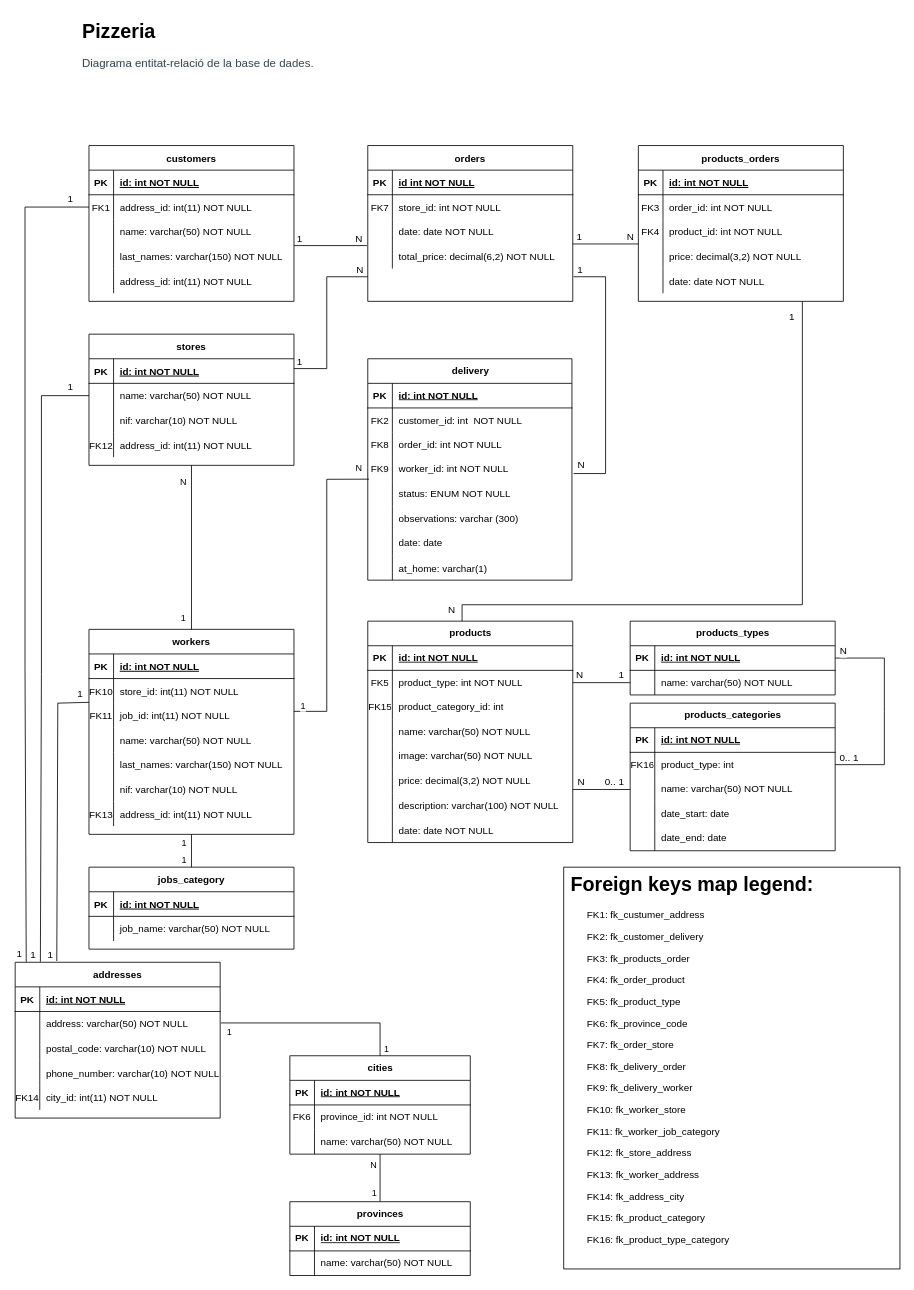
Earlier version of the draw.io diagram Pizzeria/pizzeria.drawio (alescu/mysql-estructura). Source tidied: cells renumbered, new cells numbered last; positions are measured from the earlier drawing's top-left corner, leaving out a move shared by most shapes. Both pictures are drawn from the tidied source at 82%, with x=0, y=0 at pixel (15, 14).
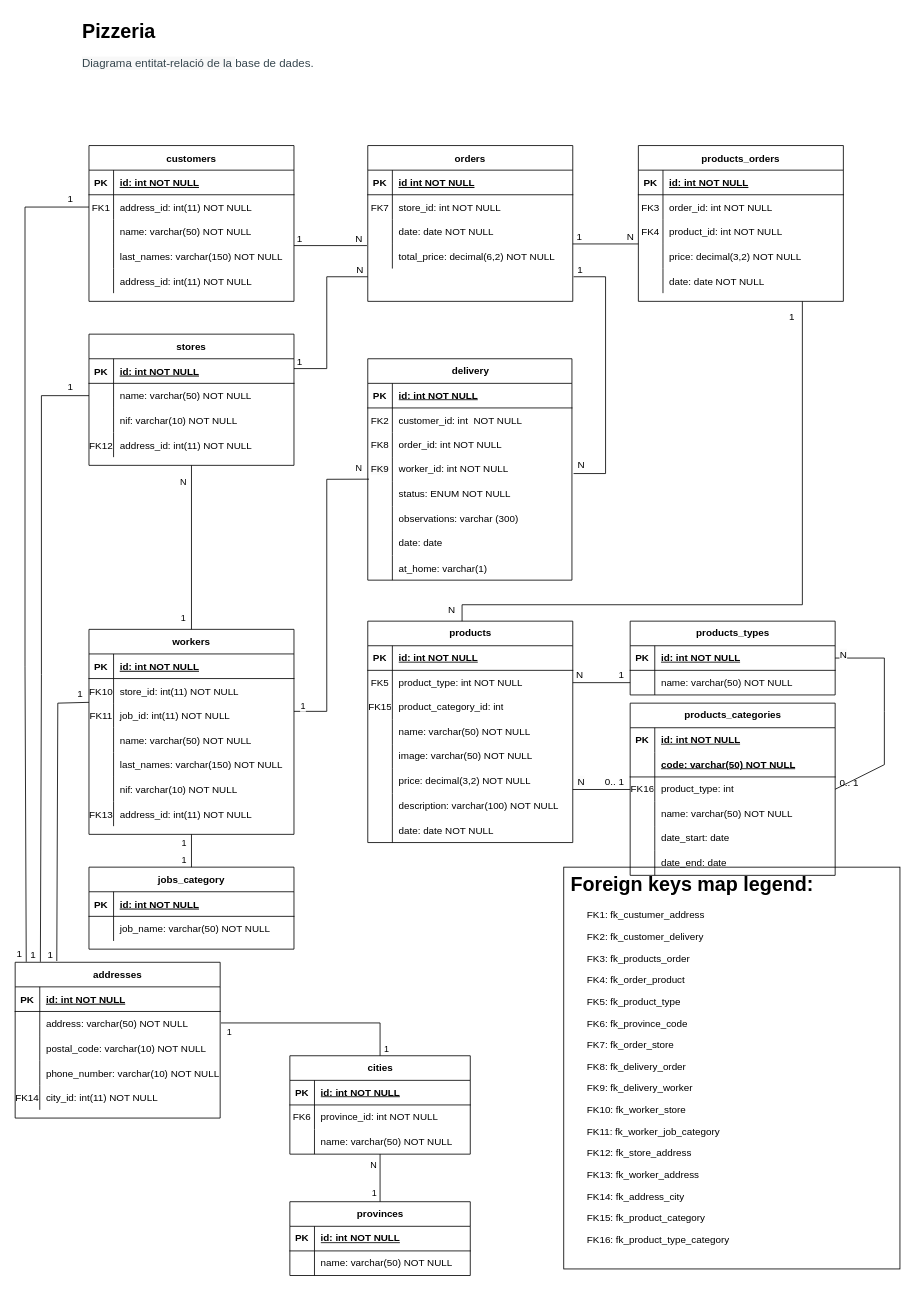
The same diagram, later.

Commit message:
setting a compossed id in categories table

The edit, as a diff of the source:
```diff
@@
     <mxCell id="223" value="products_categories" style="shape=table;startSize=30;childLayout=tableLayout;rowLines=0;fontStyle=1;align=center;html=1;" parent="1" vertex="1">
-      <mxGeometry x="750" y="840" width="250" height="180" as="geometry" />
+      <mxGeometry x="750" y="840" width="250" height="210" as="geometry" />
     </mxCell>
+    <mxCell id="247" style="shape=tableRow;horizontal=0;startSize=0;swimlaneHead=0;swimlaneBody=0;fillColor=none;top=0;left=0;right=0;bottom=0;" parent="223" vertex="1">
+      <mxGeometry y="30" width="250" height="30" as="geometry" />
+    </mxCell>
+    <mxCell id="248" value="&lt;span style=&quot;font-weight: 700;&quot;&gt;PK&lt;/span&gt;" style="shape=partialRectangle;fillColor=none;top=0;left=0;bottom=0;right=0;overflow=hidden;whiteSpace=wrap;html=1;" parent="247" vertex="1">
+      <mxGeometry width="30" height="30" as="geometry" />
+    </mxCell>
+    <mxCell id="249" value="&lt;span style=&quot;font-weight: 700; text-decoration-line: underline;&quot;&gt;id: int NOT NULL&lt;/span&gt;" style="shape=partialRectangle;fillColor=none;top=0;left=0;bottom=0;right=0;align=left;spacingLeft=6;overflow=hidden;whiteSpace=wrap;html=1;" parent="247" vertex="1">
+      <mxGeometry x="30" width="220" height="30" as="geometry" />
+    </mxCell>
     <mxCell id="224" style="shape=tableRow;horizontal=0;startSize=0;swimlaneHead=0;swimlaneBody=0;fillColor=none;top=0;left=0;right=0;bottom=1;" parent="223" vertex="1">
-      <mxGeometry y="30" width="250" height="30" as="geometry" />
+      <mxGeometry y="60" width="250" height="30" as="geometry" />
     </mxCell>
-    <mxCell id="225" value="PK" style="shape=partialRectangle;fillColor=none;top=0;left=0;bottom=0;right=0;fontStyle=1;overflow=hidden;whiteSpace=wrap;html=1;" parent="224" vertex="1">
+    <mxCell id="225" style="shape=partialRectangle;fillColor=none;top=0;left=0;bottom=0;right=0;fontStyle=1;overflow=hidden;whiteSpace=wrap;html=1;" parent="224" vertex="1">
       <mxGeometry width="30" height="30" as="geometry" />
     </mxCell>
-    <mxCell id="226" value="id: int NOT NULL" style="shape=partialRectangle;fillColor=none;top=0;left=0;bottom=0;right=0;align=left;spacingLeft=6;fontStyle=5;overflow=hidden;whiteSpace=wrap;html=1;" parent="224" vertex="1">
+    <mxCell id="226" value="&lt;b style=&quot;text-wrap-mode: nowrap;&quot;&gt;code: varchar(50) NOT NULL&lt;/b&gt;" style="shape=partialRectangle;fillColor=none;top=0;left=0;bottom=0;right=0;align=left;spacingLeft=6;fontStyle=5;overflow=hidden;whiteSpace=wrap;html=1;" parent="224" vertex="1">
       <mxGeometry x="30" width="220" height="30" as="geometry" />
     </mxCell>
     <mxCell id="227" style="shape=tableRow;horizontal=0;startSize=0;swimlaneHead=0;swimlaneBody=0;fillColor=none;points=[[0,0.5],[1,0.5]];portConstraint=eastwest;top=0;left=0;right=0;bottom=0;" parent="223" vertex="1">
-      <mxGeometry y="60" width="250" height="30" as="geometry" />
+      <mxGeometry y="90" width="250" height="30" as="geometry" />
     </mxCell>
@@
     <mxCell id="230" style="shape=tableRow;horizontal=0;startSize=0;swimlaneHead=0;swimlaneBody=0;fillColor=none;top=0;left=0;right=0;bottom=0;" parent="223" vertex="1">
-      <mxGeometry y="90" width="250" height="30" as="geometry" />
+      <mxGeometry y="120" width="250" height="30" as="geometry" />
     </mxCell>
@@
     <mxCell id="233" style="shape=tableRow;horizontal=0;startSize=0;swimlaneHead=0;swimlaneBody=0;fillColor=none;top=0;left=0;right=0;bottom=0;" parent="223" vertex="1">
-      <mxGeometry y="120" width="250" height="30" as="geometry" />
+      <mxGeometry y="150" width="250" height="30" as="geometry" />
     </mxCell>
@@
     <mxCell id="236" style="shape=tableRow;horizontal=0;startSize=0;swimlaneHead=0;swimlaneBody=0;fillColor=none;top=0;left=0;right=0;bottom=0;" parent="223" vertex="1">
-      <mxGeometry y="150" width="250" height="30" as="geometry" />
+      <mxGeometry y="180" width="250" height="30" as="geometry" />
     </mxCell>
```
